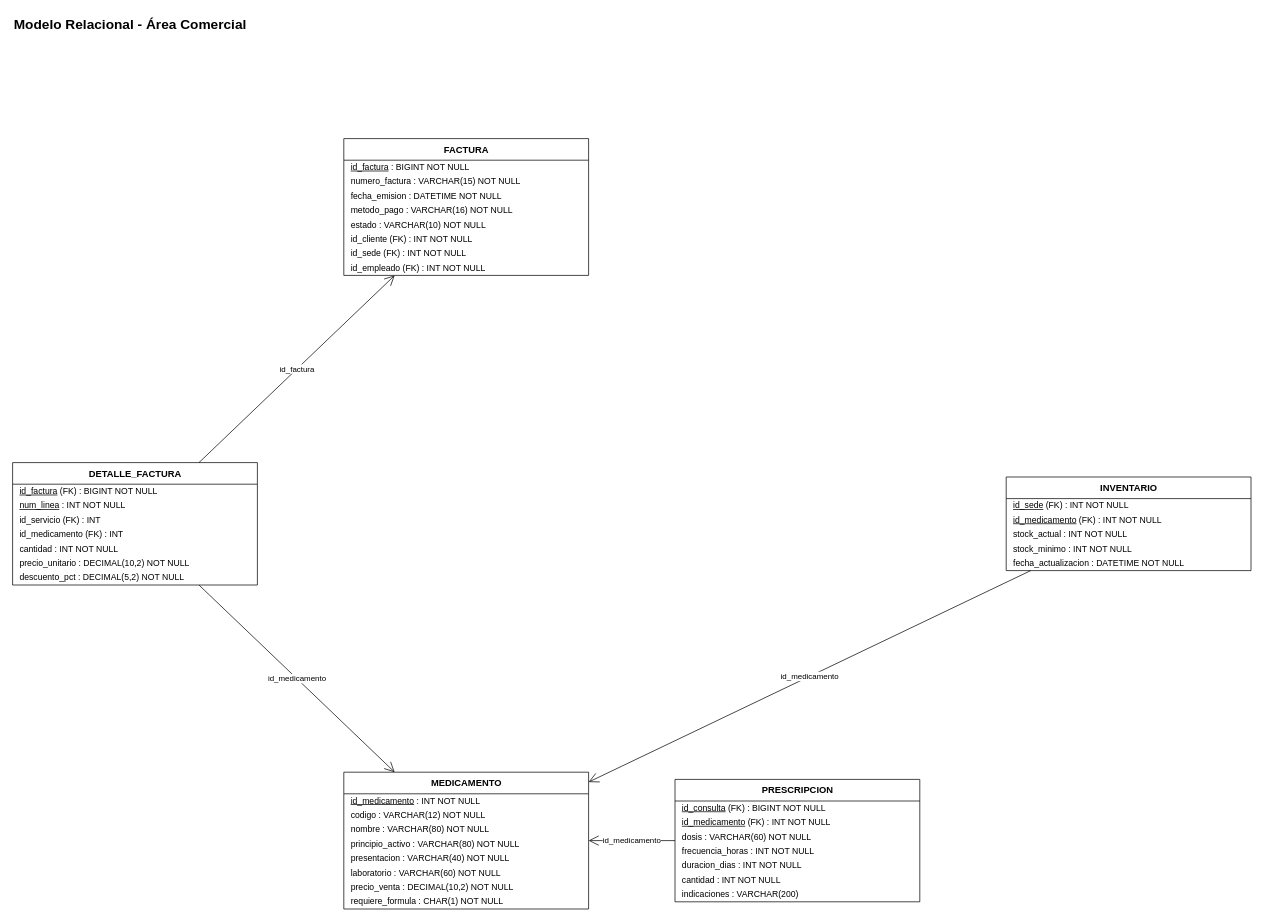
Earlier version of the draw.io diagram documentos/fase1/diagramas_drawio/26_Relacional_Comercial.drawio (Estarlan/proyecto-bd1-sigevet). Source tidied: cells renumbered, new cells numbered last; positions are measured from the earlier drawing's top-left corner, leaving out a move shared by most shapes. Both pictures are drawn from the tidied source at 72%, with x=0, y=0 at pixel (12, 12).
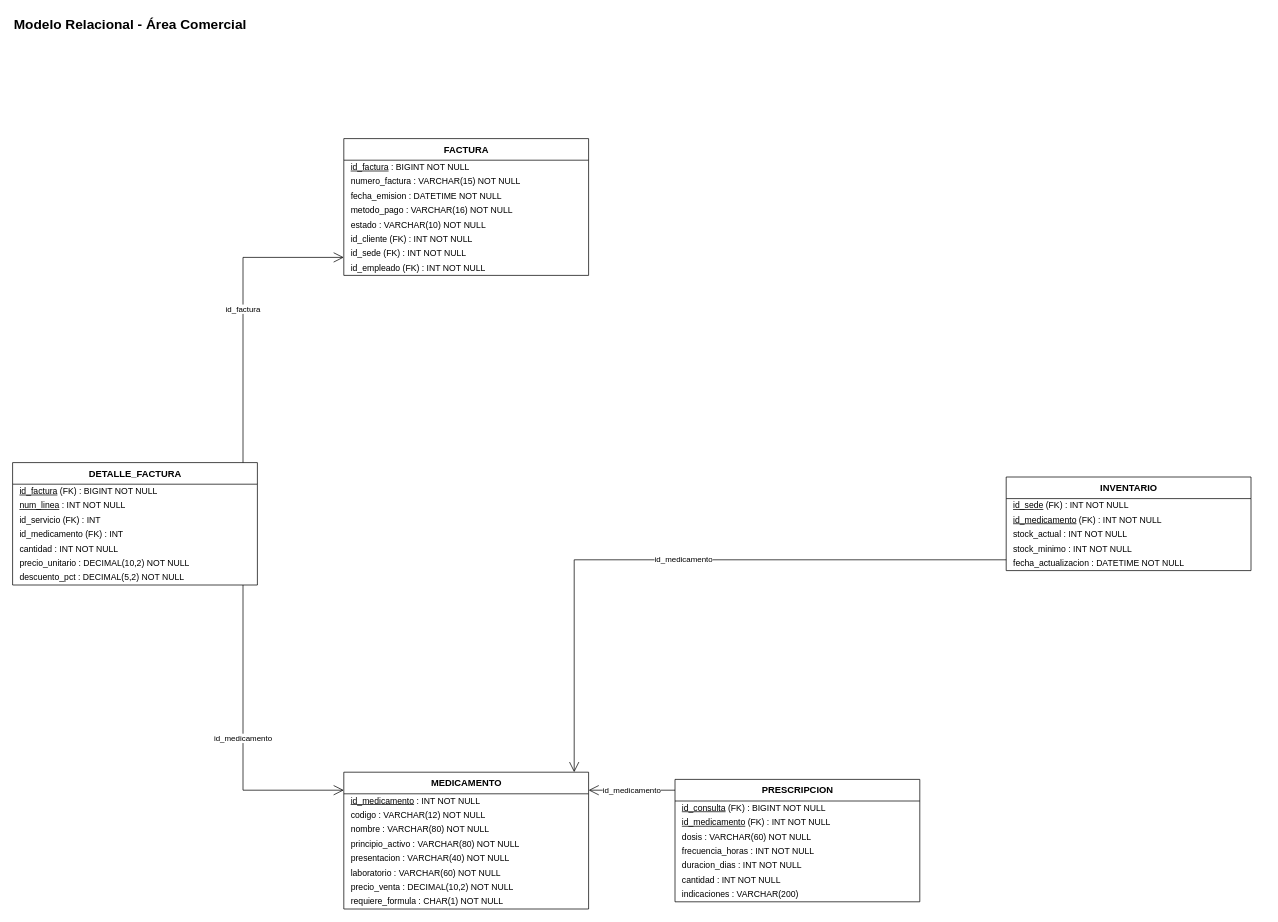
After the change.

Unchanged cells that the change refers to:
```xml
<mxCell id="3" value="MEDICAMENTO" style="swimlane;fontStyle=1;horizontal=1;startSize=30;html=1;fillColor=none;swimlaneFillColor=none;fontSize=13;" parent="1" vertex="1">
  <mxGeometry x="460" y="1055" width="340" height="190" as="geometry" />
</mxCell>
<mxCell id="12" value="PRESCRIPCION" style="swimlane;fontStyle=1;horizontal=1;startSize=30;html=1;fillColor=none;swimlaneFillColor=none;fontSize=13;" parent="1" vertex="1">
  <mxGeometry x="920" y="1065" width="340" height="170" as="geometry" />
</mxCell>
<mxCell id="20" value="INVENTARIO" style="swimlane;fontStyle=1;horizontal=1;startSize=30;html=1;fillColor=none;swimlaneFillColor=none;fontSize=13;" parent="1" vertex="1">
  <mxGeometry x="1380" y="645" width="340" height="130" as="geometry" />
</mxCell>
<mxCell id="26" value="FACTURA" style="swimlane;fontStyle=1;horizontal=1;startSize=30;html=1;fillColor=none;swimlaneFillColor=none;fontSize=13;" parent="1" vertex="1">
  <mxGeometry x="460" y="175" width="340" height="190" as="geometry" />
</mxCell>
<mxCell id="35" value="DETALLE_FACTURA" style="swimlane;fontStyle=1;horizontal=1;startSize=30;html=1;fillColor=none;swimlaneFillColor=none;fontSize=13;" parent="1" vertex="1">
  <mxGeometry y="625" width="340" height="170" as="geometry" />
</mxCell>
```

Change to the diagram source:
```diff
@@
-    <mxCell id="43" value="id_medicamento" style="html=1;endArrow=none;fontSize=12;labelBackgroundColor=default;endArrow=open;endFill=0;endSize=12;fontSize=11;jumpStyle=arc;jumpSize=10;" parent="1" edge="1" source="12" target="3">
-      <mxGeometry relative="1" as="geometry" />
+    <mxCell id="43" value="id_medicamento" style="html=1;endArrow=none;fontSize=12;labelBackgroundColor=default;endArrow=open;endFill=0;endSize=12;fontSize=11;jumpStyle=gap;jumpSize=8;edgeStyle=none;rounded=0;exitX=0.00000000;exitY=0.08823529;exitPerimeter=0;entryX=1.00000000;entryY=0.13157895;entryPerimeter=0;" parent="1" edge="1" source="12" target="3">
+      <mxGeometry relative="1" as="geometry">
+        <Array as="points">
+          <mxPoint x="900" y="1080" />
+          <mxPoint x="820" y="1080" />
+        </Array>
+      </mxGeometry>
     </mxCell>
-    <mxCell id="44" value="id_medicamento" style="html=1;endArrow=none;fontSize=12;labelBackgroundColor=default;endArrow=open;endFill=0;endSize=12;fontSize=11;jumpStyle=arc;jumpSize=10;" parent="1" edge="1" source="20" target="3">
-      <mxGeometry relative="1" as="geometry" />
+    <mxCell id="44" value="id_medicamento" style="html=1;endArrow=none;fontSize=12;labelBackgroundColor=default;endArrow=open;endFill=0;endSize=12;fontSize=11;jumpStyle=gap;jumpSize=8;edgeStyle=none;rounded=0;exitX=0.00000000;exitY=0.88461538;exitPerimeter=0;entryX=0.94117647;entryY=0.00000000;entryPerimeter=0;" parent="1" edge="1" source="20" target="3">
+      <mxGeometry relative="1" as="geometry">
+        <Array as="points">
+          <mxPoint x="1360" y="760" />
+          <mxPoint x="780" y="760" />
+          <mxPoint x="780" y="1040" />
+        </Array>
+      </mxGeometry>
     </mxCell>
-    <mxCell id="45" value="id_factura" style="html=1;endArrow=none;fontSize=12;labelBackgroundColor=default;endArrow=open;endFill=0;endSize=12;fontSize=11;jumpStyle=arc;jumpSize=10;" parent="1" edge="1" source="35" target="26">
-      <mxGeometry relative="1" as="geometry" />
+    <mxCell id="45" value="id_factura" style="html=1;endArrow=none;fontSize=12;labelBackgroundColor=default;endArrow=open;endFill=0;endSize=12;fontSize=11;jumpStyle=gap;jumpSize=8;edgeStyle=none;rounded=0;exitX=0.94117647;exitY=0.00000000;exitPerimeter=0;entryX=0.00000000;entryY=0.86842105;entryPerimeter=0;" parent="1" edge="1" source="35" target="26">
+      <mxGeometry relative="1" as="geometry">
+        <Array as="points">
+          <mxPoint x="320" y="600" />
+          <mxPoint x="320" y="340" />
+          <mxPoint x="440" y="340" />
+        </Array>
+      </mxGeometry>
     </mxCell>
-    <mxCell id="46" value="id_medicamento" style="html=1;endArrow=none;fontSize=12;labelBackgroundColor=default;endArrow=open;endFill=0;endSize=12;fontSize=11;jumpStyle=arc;jumpSize=10;" parent="1" edge="1" source="35" target="3">
-      <mxGeometry relative="1" as="geometry" />
+    <mxCell id="46" value="id_medicamento" style="html=1;endArrow=none;fontSize=12;labelBackgroundColor=default;endArrow=open;endFill=0;endSize=12;fontSize=11;jumpStyle=gap;jumpSize=8;edgeStyle=none;rounded=0;exitX=0.94117647;exitY=1.00000000;exitPerimeter=0;entryX=0.00000000;entryY=0.13157895;entryPerimeter=0;" parent="1" edge="1" source="35" target="3">
+      <mxGeometry relative="1" as="geometry">
+        <Array as="points">
+          <mxPoint x="320" y="820" />
+          <mxPoint x="320" y="1080" />
+          <mxPoint x="440" y="1080" />
+        </Array>
+      </mxGeometry>
     </mxCell>
```
